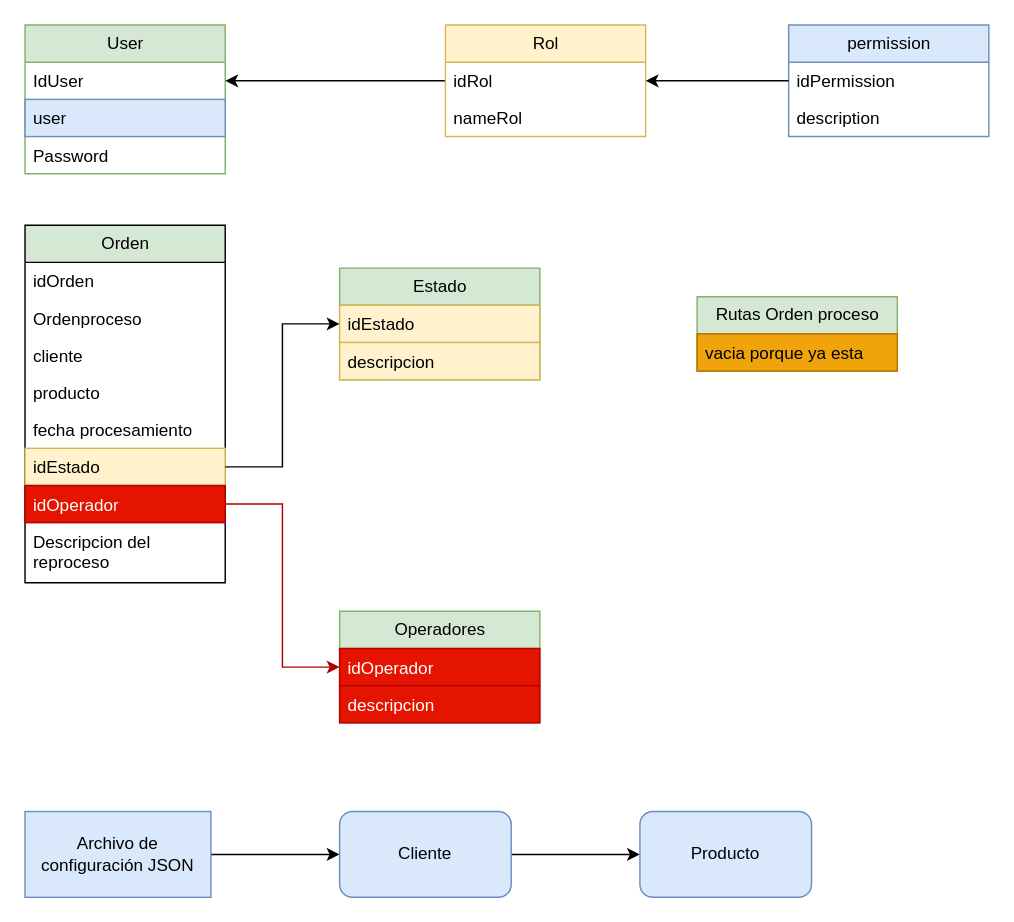
Above: Diagrama sin título.drawio in archimart/ProyectoOrden (draw.io), before the change. Source tidied: cells renumbered, new cells numbered last; positions are measured from the earlier drawing's top-left corner, leaving out a move shared by most shapes. Both pictures are drawn from the tidied source at 143%, with x=0, y=0 at pixel (24, 24).
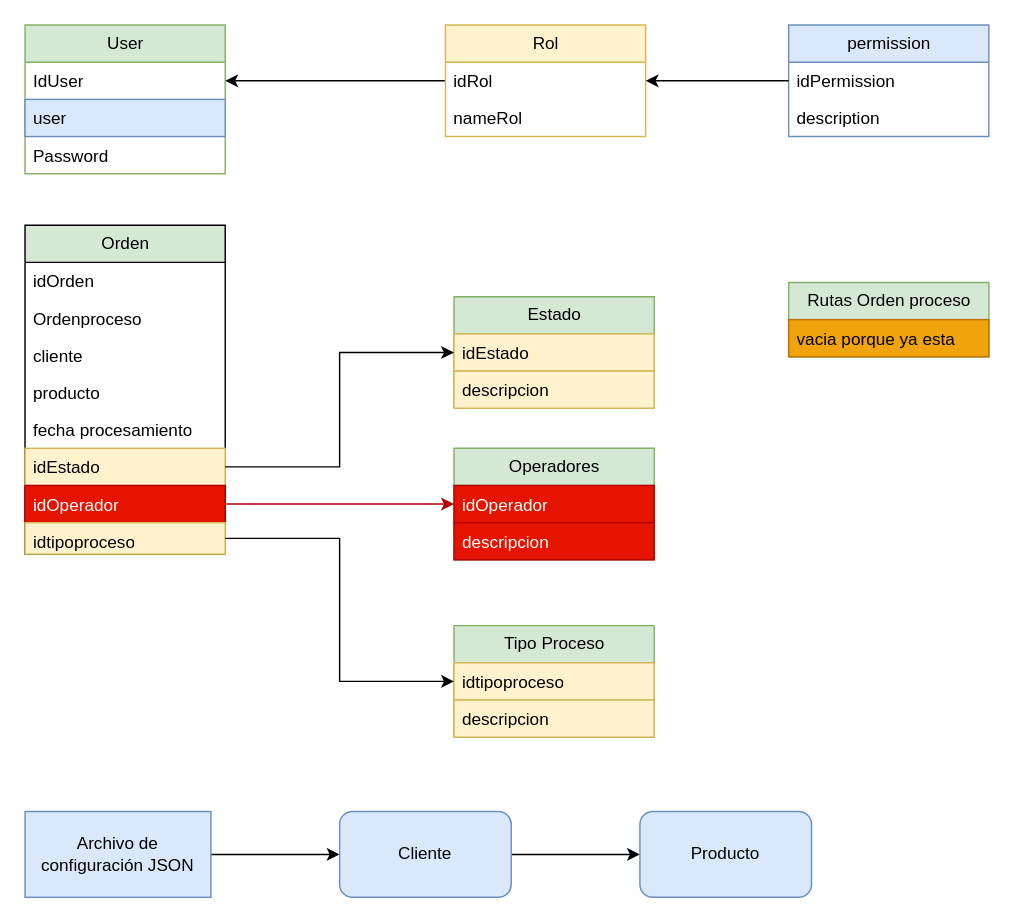
The same diagram, later.

The edit, as a diff of the source:
```diff
@@
     <mxCell id="14" value="Orden" style="swimlane;fontStyle=0;horizontal=1;startSize=26;html=1;fillColor=#d5e8d4;" parent="1" vertex="1">
-      <mxGeometry y="140" width="140" height="250" as="geometry" />
+      <mxGeometry y="140" width="140" height="230" as="geometry" />
     </mxCell>
@@
-    <mxCell id="22" value="Descripcion del reproceso" style="text;align=left;verticalAlign=top;spacingLeft=4;spacingRight=4;overflow=hidden;points=[[0,0.5],[1,0.5]];portConstraint=eastwest;whiteSpace=wrap;html=1;" parent="14" vertex="1">
-      <mxGeometry y="208" width="140" height="42" as="geometry" />
+    <mxCell id="22" value="idtipoproceso" style="text;align=left;verticalAlign=top;spacingLeft=4;spacingRight=4;overflow=hidden;points=[[0,0.5],[1,0.5]];portConstraint=eastwest;whiteSpace=wrap;html=1;fillColor=#fff2cc;strokeColor=#d6b656;" parent="14" vertex="1">
+      <mxGeometry y="208" width="140" height="22" as="geometry" />
     </mxCell>
     <mxCell id="23" value="Rutas Orden proceso" style="swimlane;fontStyle=0;horizontal=1;startSize=26;fillColor=#d5e8d4;html=1;strokeColor=#82b366;" parent="1" vertex="1">
-      <mxGeometry x="470" y="190" width="140" height="52" as="geometry" />
+      <mxGeometry x="534" y="180" width="140" height="52" as="geometry" />
     </mxCell>
@@
     <mxCell id="25" value="Estado" style="swimlane;fontStyle=0;horizontal=1;startSize=26;fillColor=#d5e8d4;html=1;strokeColor=#82b366;" parent="1" vertex="1">
-      <mxGeometry x="220" y="170" width="140" height="78" as="geometry" />
+      <mxGeometry x="300" y="190" width="140" height="78" as="geometry" />
     </mxCell>
@@
     <mxCell id="29" value="Operadores" style="swimlane;fontStyle=0;horizontal=1;startSize=26;fillColor=#d5e8d4;html=1;strokeColor=#82b366;gradientColor=#d5e8d4;" parent="1" vertex="1">
-      <mxGeometry x="220" y="410" width="140" height="78" as="geometry" />
+      <mxGeometry x="300" y="296" width="140" height="78" as="geometry" />
     </mxCell>
@@
+    <mxCell id="38" value="Tipo Proceso" style="swimlane;fontStyle=0;horizontal=1;startSize=26;fillColor=#d5e8d4;html=1;strokeColor=#82b366;gradientColor=#d5e8d4;" parent="1" vertex="1">
+      <mxGeometry x="300" y="420" width="140" height="78" as="geometry" />
+    </mxCell>
+    <mxCell id="39" value="idtipoproceso" style="text;strokeColor=#d6b656;fillColor=#fff2cc;align=left;verticalAlign=top;spacingLeft=4;spacingRight=4;overflow=hidden;points=[[0,0.5],[1,0.5]];portConstraint=eastwest;whiteSpace=wrap;html=1;" parent="38" vertex="1">
+      <mxGeometry y="26" width="140" height="26" as="geometry" />
+    </mxCell>
+    <mxCell id="40" value="descripcion" style="text;strokeColor=#d6b656;fillColor=#fff2cc;align=left;verticalAlign=top;spacingLeft=4;spacingRight=4;overflow=hidden;whiteSpace=wrap;html=1;" parent="38" vertex="1">
+      <mxGeometry y="52" width="140" height="26" as="geometry" />
+    </mxCell>
+    <mxCell id="41" style="edgeStyle=orthogonalEdgeStyle;rounded=0;jettySize=auto;html=1;" parent="1" edge="1" source="22" target="39">
+      <mxGeometry relative="1" as="geometry" />
+    </mxCell>
```
